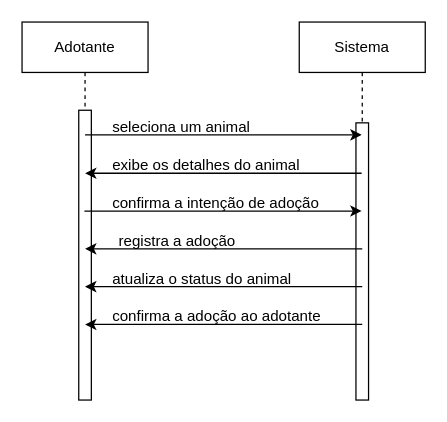
The draw.io diagram Diagrama de Sequência(RF006).drawio in JoaoGans/DRAW.tcc, before the edit. Source tidied: cells renumbered, new cells numbered last; positions are measured from the earlier drawing's top-left corner, leaving out a move shared by most shapes. Both pictures are drawn from the tidied source at 126%, with x=0, y=0 at pixel (21, 21).
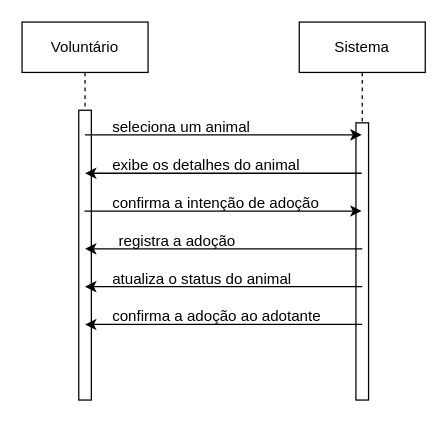
The same diagram, later.

Change to the diagram source:
```diff
@@
-    <mxCell id="2" value="Adotante" style="shape=umlLifeline;perimeter=lifelinePerimeter;whiteSpace=wrap;html=1;outlineConnect=0;portConstraint=eastwest;newEdgeStyle={&quot;edgeStyle&quot;:&quot;elbowEdgeStyle&quot;,&quot;elbow&quot;:&quot;vertical&quot;,&quot;curved&quot;:0,&quot;rounded&quot;:0};" parent="1" vertex="1">
+    <mxCell id="2" value="Voluntário" style="shape=umlLifeline;perimeter=lifelinePerimeter;whiteSpace=wrap;html=1;outlineConnect=0;portConstraint=eastwest;newEdgeStyle={&quot;edgeStyle&quot;:&quot;elbowEdgeStyle&quot;,&quot;elbow&quot;:&quot;vertical&quot;,&quot;curved&quot;:0,&quot;rounded&quot;:0};" parent="1" vertex="1">
       <mxGeometry width="100" height="300" as="geometry" />
     </mxCell>
```
